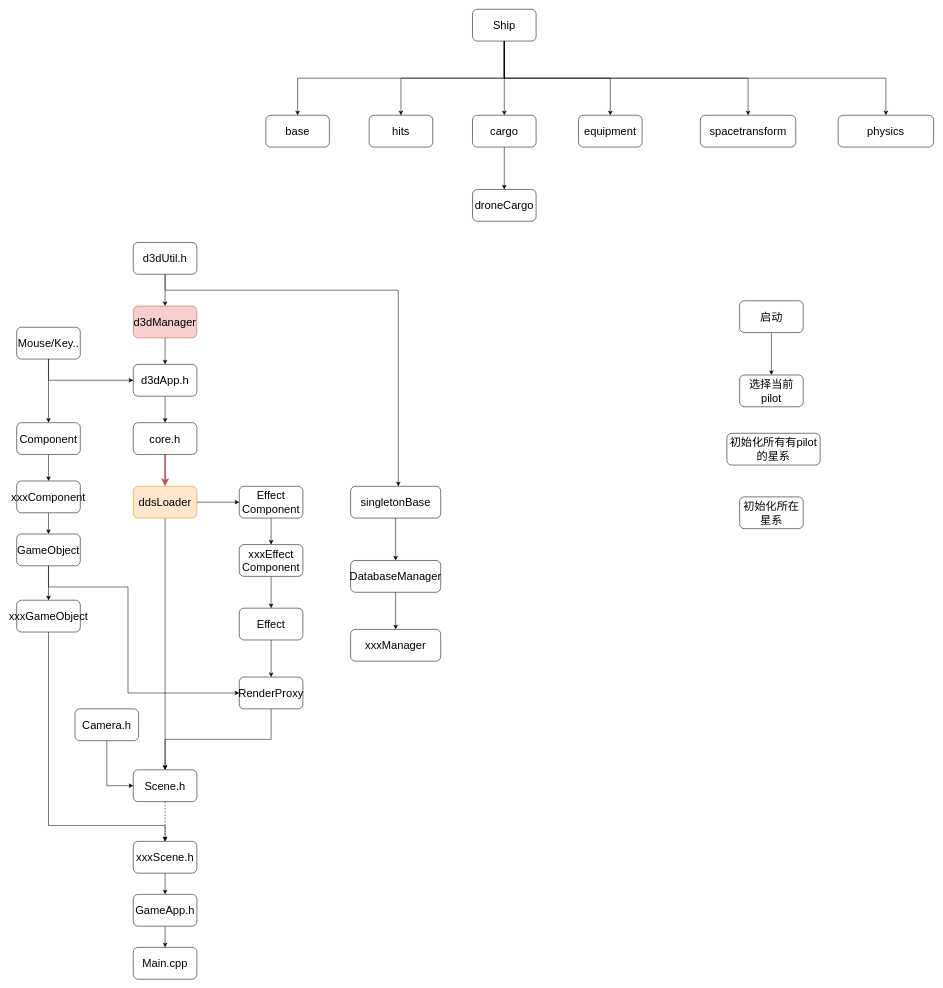
The draw.io diagram 依赖图咪.drawio in morphotherain/GrassRootAI, before the edit. Source tidied: cells renumbered, new cells numbered last; positions are measured from the earlier drawing's top-left corner, leaving out a move shared by most shapes. Both pictures are drawn from the tidied source at 53%, with x=0, y=0 at pixel (16, 9).
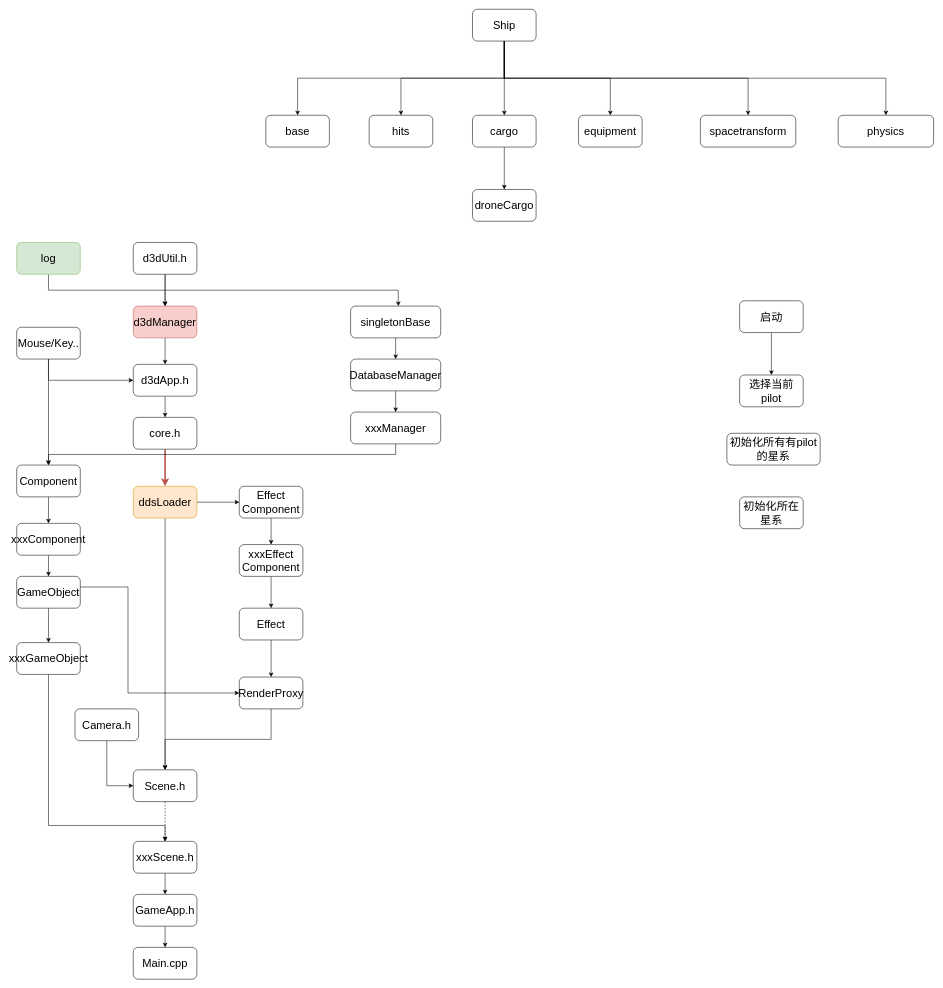
After the change.

Unchanged cells that the change refers to:
```xml
<mxCell id="12" value="&lt;font style=&quot;font-size: 21px&quot;&gt;d3dManager&lt;br&gt;&lt;/font&gt;" style="rounded=1;whiteSpace=wrap;html=1;fillColor=#f8cecc;strokeColor=#b85450;" parent="1" vertex="1">
  <mxGeometry x="220" y="560" width="120" height="60" as="geometry" />
</mxCell>
```

The edit, as a diff of the source:
```diff
@@
     <mxCell id="22" value="&lt;font style=&quot;font-size: 21px&quot;&gt;core.h&lt;br&gt;&lt;/font&gt;" style="rounded=1;whiteSpace=wrap;html=1;" parent="1" vertex="1">
-      <mxGeometry x="220" y="780" width="120" height="60" as="geometry" />
+      <mxGeometry x="220" y="770" width="120" height="60" as="geometry" />
     </mxCell>
@@
     <mxCell id="27" value="&lt;font style=&quot;font-size: 21px&quot;&gt;Component&lt;br&gt;&lt;/font&gt;" style="rounded=1;whiteSpace=wrap;html=1;" parent="1" vertex="1">
-      <mxGeometry y="780" width="120" height="60" as="geometry" />
+      <mxGeometry y="860" width="120" height="60" as="geometry" />
     </mxCell>
@@
     <mxCell id="29" value="&lt;font style=&quot;font-size: 21px&quot;&gt;xxxComponent&lt;br&gt;&lt;/font&gt;" style="rounded=1;whiteSpace=wrap;html=1;" parent="1" vertex="1">
-      <mxGeometry y="890" width="120" height="60" as="geometry" />
+      <mxGeometry y="970" width="120" height="60" as="geometry" />
     </mxCell>
@@
     <mxCell id="32" value="&lt;font style=&quot;font-size: 21px&quot;&gt;GameObject&lt;br&gt;&lt;/font&gt;" style="rounded=1;whiteSpace=wrap;html=1;" parent="1" vertex="1">
-      <mxGeometry y="990" width="120" height="60" as="geometry" />
+      <mxGeometry y="1070" width="120" height="60" as="geometry" />
     </mxCell>
@@
     <mxCell id="34" value="&lt;font style=&quot;font-size: 21px&quot;&gt;xxxGameObject&lt;br&gt;&lt;/font&gt;" style="rounded=1;whiteSpace=wrap;html=1;" parent="1" vertex="1">
-      <mxGeometry y="1115" width="120" height="60" as="geometry" />
+      <mxGeometry y="1195" width="120" height="60" as="geometry" />
     </mxCell>
@@
     <mxCell id="36" value="&lt;font style=&quot;font-size: 21px&quot;&gt;DatabaseManager&lt;/font&gt;" style="rounded=1;whiteSpace=wrap;html=1;" parent="1" vertex="1">
-      <mxGeometry x="630" y="1040" width="170" height="60" as="geometry" />
+      <mxGeometry x="630" y="660" width="170" height="60" as="geometry" />
     </mxCell>
@@
     <mxCell id="38" value="&lt;font style=&quot;font-size: 21px&quot;&gt;singletonBase&lt;br&gt;&lt;/font&gt;" style="rounded=1;whiteSpace=wrap;html=1;" parent="1" vertex="1">
-      <mxGeometry x="630" y="900" width="170" height="60" as="geometry" />
+      <mxGeometry x="630" y="560" width="170" height="60" as="geometry" />
     </mxCell>
+    <mxCell id="68" style="edgeStyle=orthogonalEdgeStyle;rounded=0;jettySize=auto;html=1;exitX=0.5;exitY=1;exitDx=0;exitDy=0;entryX=0.5;entryY=0;entryDx=0;entryDy=0;" parent="1" edge="1" source="39" target="27">
+      <mxGeometry relative="1" as="geometry" />
+    </mxCell>
     <mxCell id="39" value="&lt;span style=&quot;font-size: 21px&quot;&gt;xxxManager&lt;/span&gt;" style="rounded=1;whiteSpace=wrap;html=1;" parent="1" vertex="1">
-      <mxGeometry x="630" y="1170" width="170" height="60" as="geometry" />
+      <mxGeometry x="630" y="760" width="170" height="60" as="geometry" />
     </mxCell>
@@
+    <mxCell id="69" style="edgeStyle=orthogonalEdgeStyle;rounded=0;jettySize=auto;html=1;exitX=0.5;exitY=1;exitDx=0;exitDy=0;entryX=0.5;entryY=0;entryDx=0;entryDy=0;" parent="1" edge="1" source="70" target="12">
+      <mxGeometry relative="1" as="geometry" />
+    </mxCell>
+    <mxCell id="70" value="&lt;font style=&quot;font-size: 21px&quot;&gt;log&lt;br&gt;&lt;/font&gt;" style="rounded=1;whiteSpace=wrap;html=1;fillColor=#d5e8d4;strokeColor=#82b366;" parent="1" vertex="1">
+      <mxGeometry y="440" width="120" height="60" as="geometry" />
+    </mxCell>
```
